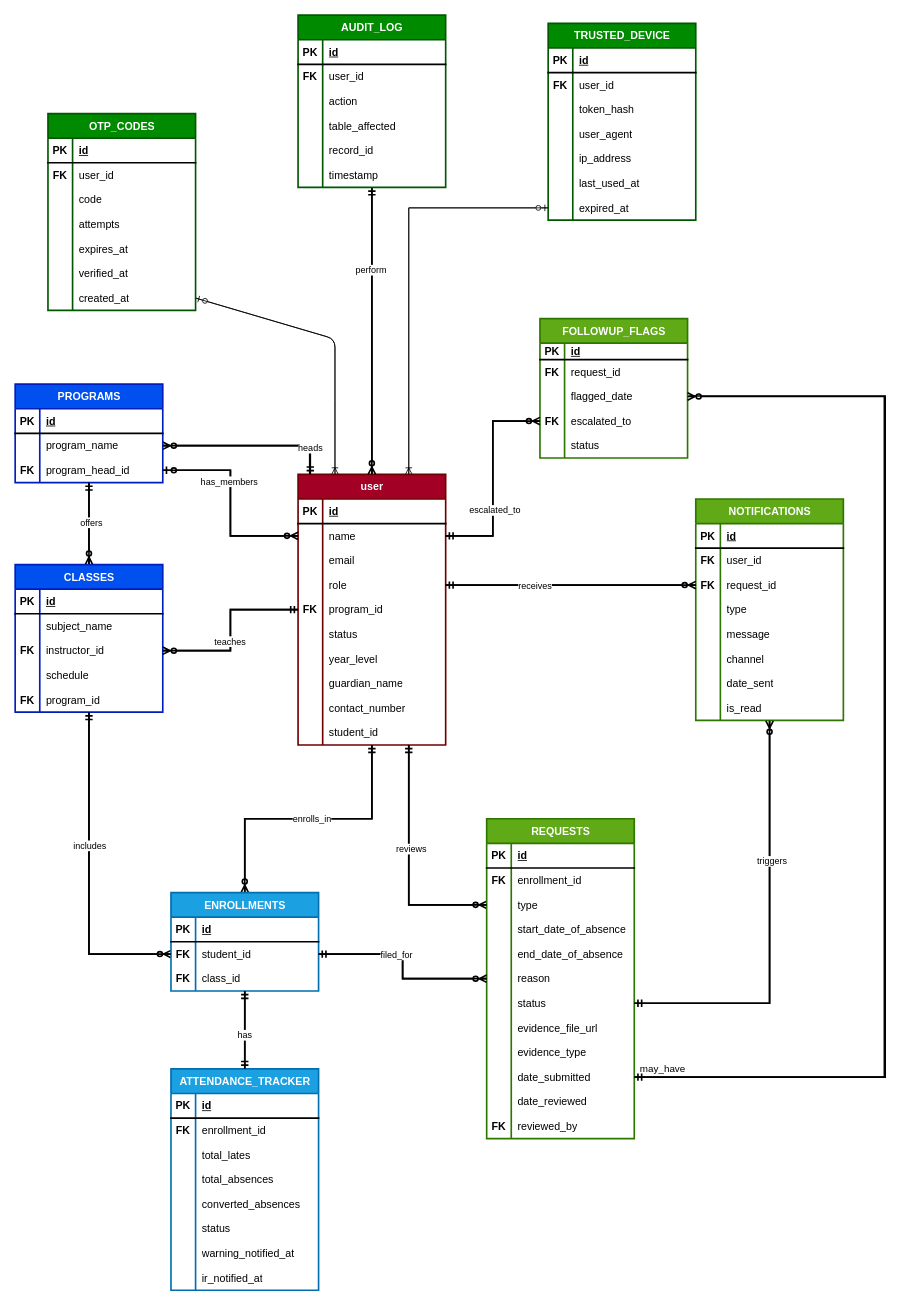
The draw.io diagram backend/ERD.drawio in maki-sushi-distro/Absenteeism-Late-Report-and-Excuse-Letter-Management-Process-ALRM, before the edit. Source tidied: cells renumbered, new cells numbered last; positions are measured from the earlier drawing's top-left corner, leaving out a move shared by most shapes. Both pictures are drawn from the tidied source at 82%, with x=0, y=0 at pixel (15, 15).
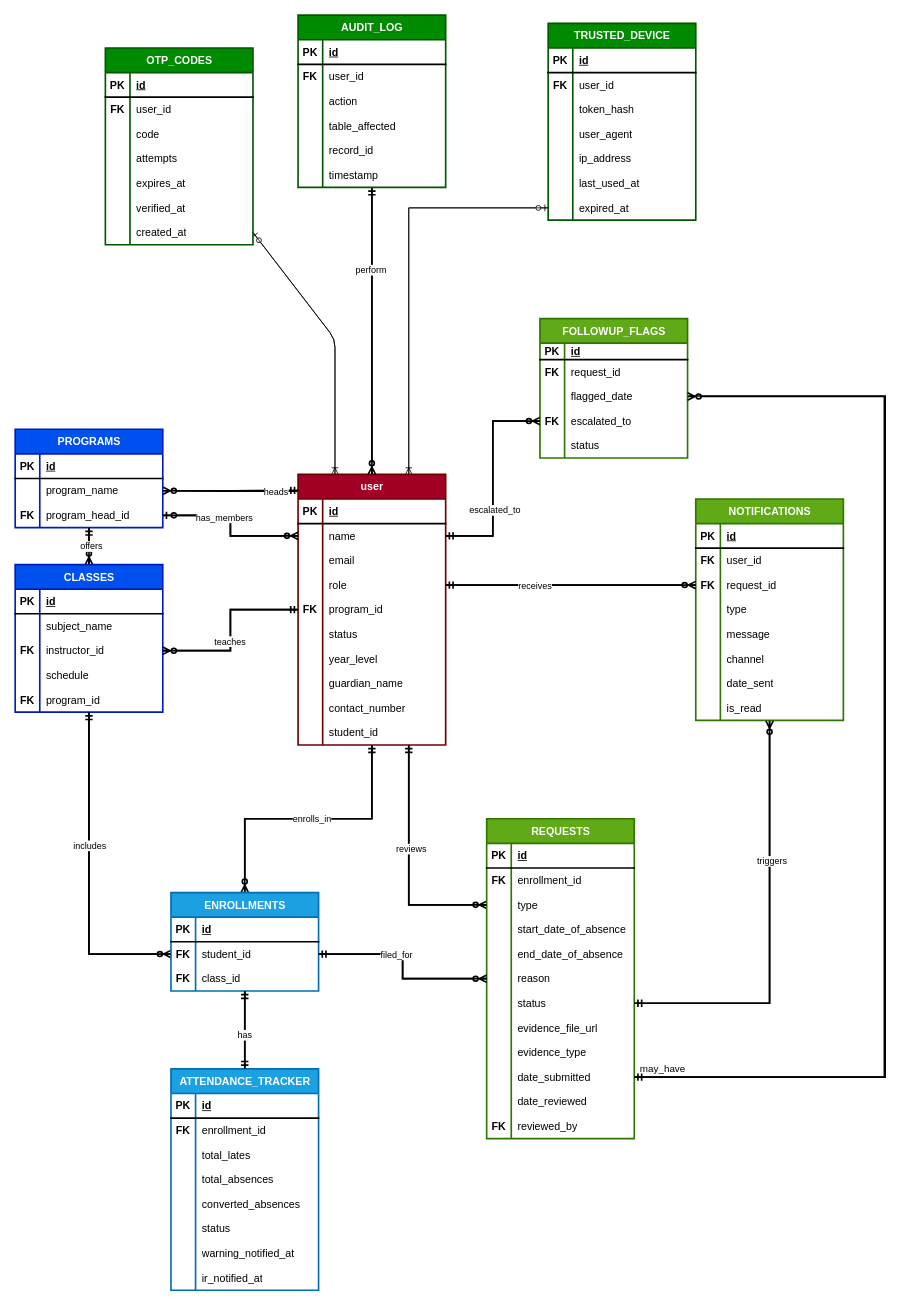
The same diagram, later.

Unchanged cells that the change refers to:
```xml
<mxCell id="8" value="user" style="shape=table;startSize=30;childLayout=tableLayout;rowLines=0;fontStyle=1;align=center;html=1;fillColor=#a20025;fontColor=#ffffff;strokeColor=#6F0000;fontSize=13;verticalAlign=middle;strokeWidth=2;" parent="1" vertex="1">
  <mxGeometry x="345" y="560" width="180" height="330" as="geometry" />
</mxCell>
<mxCell id="65" style="shape=tableRow;horizontal=0;startSize=0;swimlaneHead=0;swimlaneBody=0;fillColor=none;points=[[0,0.5],[1,0.5]];portConstraint=eastwest;top=0;left=0;right=0;bottom=0;fontSize=13;verticalAlign=middle;strokeWidth=2;" parent="61" vertex="1">
  <mxGeometry y="60" width="180" height="30" as="geometry" />
</mxCell>
```

What changed in the source:
```diff
@@
-    <mxCell id="5" style="edgeStyle=orthogonalEdgeStyle;rounded=0;jettySize=auto;html=1;exitX=0.079;exitY=0.004;exitDx=0;exitDy=0;entryX=1;entryY=0.5;entryDx=0;entryDy=0;strokeWidth=2;endArrow=ERzeroToMany;endFill=0;exitPerimeter=0;" parent="1" edge="1" source="8" target="65">
+    <mxCell id="5" style="edgeStyle=orthogonalEdgeStyle;rounded=0;jettySize=auto;html=1;exitX=-0.005;exitY=0.062;exitDx=0;exitDy=0;entryX=1;entryY=0.5;entryDx=0;entryDy=0;strokeWidth=2;endArrow=ERzeroToMany;endFill=0;exitPerimeter=0;" parent="1" edge="1" source="8" target="65">
       <mxGeometry relative="1" as="geometry" />
     </mxCell>
@@
     <mxCell id="61" value="PROGRAMS" style="shape=table;startSize=30;childLayout=tableLayout;rowLines=0;fontStyle=1;align=center;html=1;fillColor=#0050ef;fontColor=#ffffff;strokeColor=#001DBC;fontSize=13;verticalAlign=middle;strokeWidth=2;" parent="1" vertex="1">
-      <mxGeometry y="450" width="180" height="120" as="geometry" />
+      <mxGeometry y="505" width="180" height="120" as="geometry" />
     </mxCell>
@@
-    <mxCell id="228" style="edgeStyle=orthogonalEdgeStyle;rounded=0;jettySize=auto;html=1;exitX=1;exitY=0.5;exitDx=0;exitDy=0;entryX=0.083;entryY=0;entryDx=0;entryDy=0;strokeWidth=2;endArrow=ERmandOne;endFill=0;entryPerimeter=0;" parent="1" edge="1" source="65" target="8">
+    <mxCell id="228" style="edgeStyle=orthogonalEdgeStyle;rounded=0;jettySize=auto;html=1;exitX=1;exitY=0.5;exitDx=0;exitDy=0;entryX=0.001;entryY=0.059;entryDx=0;entryDy=0;strokeWidth=2;endArrow=ERmandOne;endFill=0;entryPerimeter=0;" parent="1" edge="1" source="65" target="8">
       <mxGeometry relative="1" as="geometry" />
     </mxCell>
@@
     <mxCell id="235" value="OTP_CODES" style="shape=table;startSize=30;childLayout=tableLayout;rowLines=0;fontStyle=1;align=center;html=1;fontSize=13;verticalAlign=middle;strokeWidth=2;fillColor=#008a00;fontColor=#ffffff;strokeColor=#005700;" parent="1" vertex="1">
-      <mxGeometry x="40" y="120" width="180" height="240" as="geometry" />
+      <mxGeometry x="110" y="40" width="180" height="240" as="geometry" />
     </mxCell>
```
